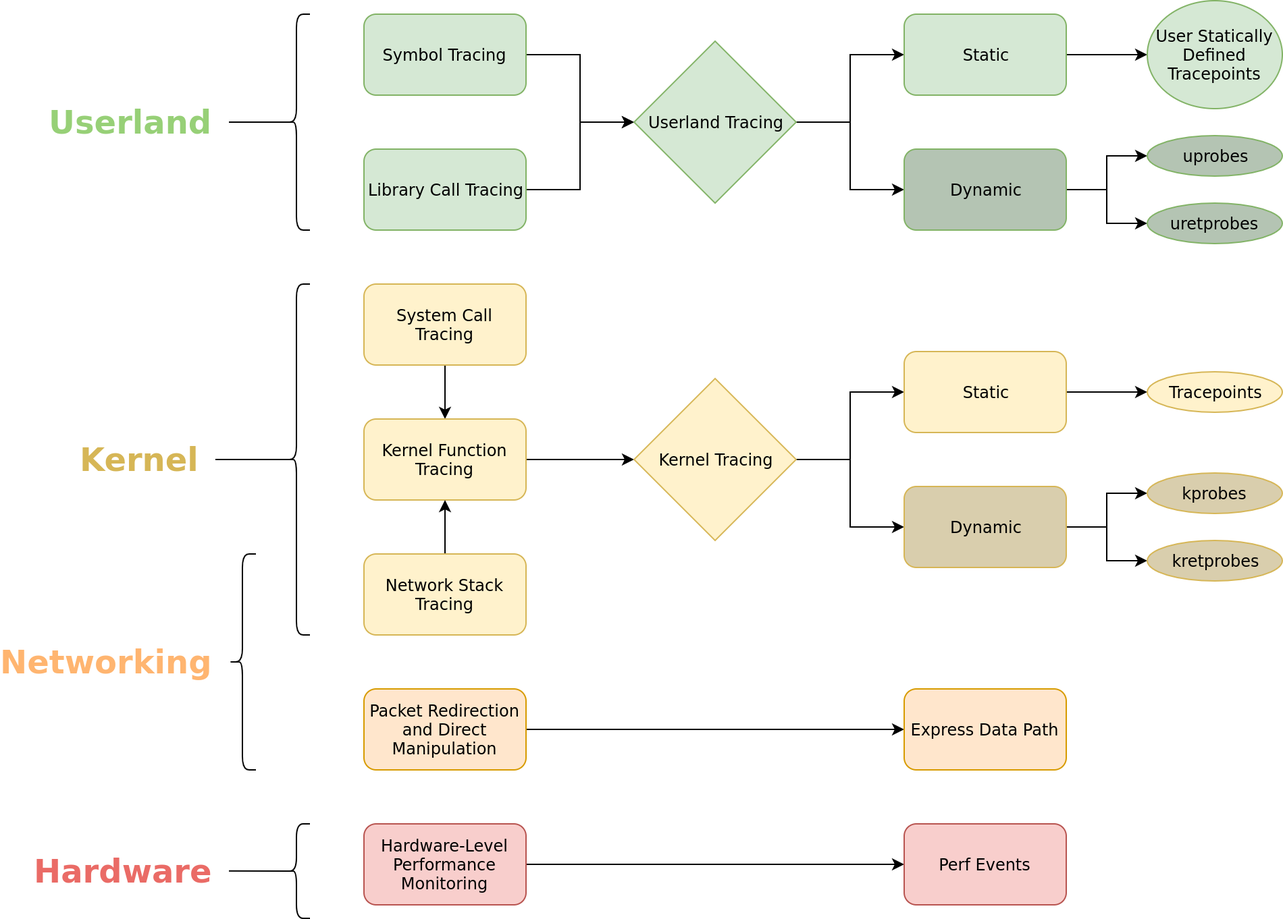
The draw.io diagram figures/eBPF-use-cases.png in willfindlay/honors-thesis, before a commit. Source tidied: cells renumbered, new cells last; positions are measured from the earlier drawing's top-left corner, leaving out a move shared by most shapes. Its diagram source:
```xml
<mxGraphModel>
  <root>
    <mxCell id="0" />
    <mxCell id="1" parent="0" />
    <mxCell id="2" style="edgeStyle=orthogonalEdgeStyle;rounded=0;jettySize=auto;html=1;exitX=1;exitY=0.5;exitDx=0;exitDy=0;entryX=0;entryY=0.5;entryDx=0;entryDy=0;" parent="1" edge="1" source="3" target="18">
      <mxGeometry relative="1" as="geometry" />
    </mxCell>
    <mxCell id="3" value="Symbol Tracing" style="rounded=1;whiteSpace=wrap;html=1;fillColor=#d5e8d4;strokeColor=#82b366;" parent="1" vertex="1">
      <mxGeometry x="220" y="10" width="120" height="60" as="geometry" />
    </mxCell>
    <mxCell id="4" style="edgeStyle=orthogonalEdgeStyle;rounded=0;jettySize=auto;html=1;exitX=1;exitY=0.5;exitDx=0;exitDy=0;entryX=0;entryY=0.5;entryDx=0;entryDy=0;" parent="1" edge="1" source="5" target="18">
      <mxGeometry relative="1" as="geometry" />
    </mxCell>
    <mxCell id="5" value="Library Call Tracing" style="rounded=1;whiteSpace=wrap;html=1;fillColor=#d5e8d4;strokeColor=#82b366;" parent="1" vertex="1">
      <mxGeometry x="220" y="110" width="120" height="60" as="geometry" />
    </mxCell>
    <mxCell id="6" style="edgeStyle=orthogonalEdgeStyle;rounded=0;jettySize=auto;html=1;exitX=0.5;exitY=1;exitDx=0;exitDy=0;entryX=0.5;entryY=0;entryDx=0;entryDy=0;" parent="1" edge="1" source="7" target="9">
      <mxGeometry relative="1" as="geometry" />
    </mxCell>
    <mxCell id="7" value="System Call Tracing" style="rounded=1;whiteSpace=wrap;html=1;fillColor=#fff2cc;strokeColor=#d6b656;" parent="1" vertex="1">
      <mxGeometry x="220" y="210" width="120" height="60" as="geometry" />
    </mxCell>
    <mxCell id="8" style="edgeStyle=orthogonalEdgeStyle;rounded=0;jettySize=auto;html=1;exitX=1;exitY=0.5;exitDx=0;exitDy=0;entryX=0;entryY=0.5;entryDx=0;entryDy=0;" parent="1" edge="1" source="9" target="21">
      <mxGeometry relative="1" as="geometry" />
    </mxCell>
    <mxCell id="9" value="Kernel Function Tracing" style="rounded=1;whiteSpace=wrap;html=1;fillColor=#fff2cc;strokeColor=#d6b656;" parent="1" vertex="1">
      <mxGeometry x="220" y="310" width="120" height="60" as="geometry" />
    </mxCell>
    <mxCell id="10" style="edgeStyle=orthogonalEdgeStyle;rounded=0;jettySize=auto;html=1;exitX=0.5;exitY=0;exitDx=0;exitDy=0;entryX=0.5;entryY=1;entryDx=0;entryDy=0;" parent="1" edge="1" source="11" target="9">
      <mxGeometry relative="1" as="geometry" />
    </mxCell>
    <mxCell id="11" value="Network Stack Tracing" style="rounded=1;whiteSpace=wrap;html=1;fillColor=#fff2cc;strokeColor=#d6b656;" parent="1" vertex="1">
      <mxGeometry x="220" y="410" width="120" height="60" as="geometry" />
    </mxCell>
    <mxCell id="12" style="edgeStyle=orthogonalEdgeStyle;rounded=0;jettySize=auto;html=1;exitX=1;exitY=0.5;exitDx=0;exitDy=0;entryX=0;entryY=0.5;entryDx=0;entryDy=0;fontColor=#FFFFFF;" parent="1" edge="1" source="13" target="38">
      <mxGeometry relative="1" as="geometry" />
    </mxCell>
    <mxCell id="13" value="Packet Redirection and Direct Manipulation" style="rounded=1;whiteSpace=wrap;html=1;fillColor=#ffe6cc;strokeColor=#d79b00;" parent="1" vertex="1">
      <mxGeometry x="220" y="510" width="120" height="60" as="geometry" />
    </mxCell>
    <mxCell id="14" style="edgeStyle=orthogonalEdgeStyle;rounded=0;jettySize=auto;html=1;exitX=1;exitY=0.5;exitDx=0;exitDy=0;entryX=0;entryY=0.5;entryDx=0;entryDy=0;fontColor=#FFFFFF;" parent="1" edge="1" source="15" target="39">
      <mxGeometry relative="1" as="geometry" />
    </mxCell>
    <mxCell id="15" value="Hardware-Level Performance Monitoring" style="rounded=1;whiteSpace=wrap;html=1;fillColor=#f8cecc;strokeColor=#b85450;" parent="1" vertex="1">
      <mxGeometry x="220" y="610" width="120" height="60" as="geometry" />
    </mxCell>
    <mxCell id="16" style="edgeStyle=orthogonalEdgeStyle;rounded=0;jettySize=auto;html=1;exitX=1;exitY=0.5;exitDx=0;exitDy=0;entryX=0;entryY=0.5;entryDx=0;entryDy=0;" parent="1" edge="1" source="18" target="23">
      <mxGeometry relative="1" as="geometry" />
    </mxCell>
    <mxCell id="17" style="edgeStyle=orthogonalEdgeStyle;rounded=0;jettySize=auto;html=1;exitX=1;exitY=0.5;exitDx=0;exitDy=0;entryX=0;entryY=0.5;entryDx=0;entryDy=0;" parent="1" edge="1" source="18" target="26">
      <mxGeometry relative="1" as="geometry" />
    </mxCell>
    <mxCell id="18" value="Userland Tracing" style="rhombus;whiteSpace=wrap;html=1;fillColor=#d5e8d4;strokeColor=#82b366;" parent="1" vertex="1">
      <mxGeometry x="420" y="30" width="120" height="120" as="geometry" />
    </mxCell>
    <mxCell id="19" style="edgeStyle=orthogonalEdgeStyle;rounded=0;jettySize=auto;html=1;exitX=1;exitY=0.5;exitDx=0;exitDy=0;entryX=0;entryY=0.5;entryDx=0;entryDy=0;" parent="1" edge="1" source="21" target="28">
      <mxGeometry relative="1" as="geometry" />
    </mxCell>
    <mxCell id="20" style="edgeStyle=orthogonalEdgeStyle;rounded=0;jettySize=auto;html=1;exitX=1;exitY=0.5;exitDx=0;exitDy=0;entryX=0;entryY=0.5;entryDx=0;entryDy=0;" parent="1" edge="1" source="21" target="31">
      <mxGeometry relative="1" as="geometry" />
    </mxCell>
    <mxCell id="21" value="Kernel Tracing" style="rhombus;whiteSpace=wrap;html=1;fillColor=#fff2cc;strokeColor=#d6b656;" parent="1" vertex="1">
      <mxGeometry x="420" y="280" width="120" height="120" as="geometry" />
    </mxCell>
    <mxCell id="22" style="edgeStyle=orthogonalEdgeStyle;rounded=0;jettySize=auto;html=1;exitX=1;exitY=0.5;exitDx=0;exitDy=0;entryX=0;entryY=0.5;entryDx=0;entryDy=0;fontColor=#FFFFFF;" parent="1" edge="1" source="23" target="34">
      <mxGeometry relative="1" as="geometry" />
    </mxCell>
    <mxCell id="23" value="Static" style="rounded=1;whiteSpace=wrap;html=1;fillColor=#d5e8d4;strokeColor=#82b366;" parent="1" vertex="1">
      <mxGeometry x="620" y="10" width="120" height="60" as="geometry" />
    </mxCell>
    <mxCell id="24" style="edgeStyle=orthogonalEdgeStyle;rounded=0;jettySize=auto;html=1;exitX=1;exitY=0.5;exitDx=0;exitDy=0;entryX=0;entryY=0.5;entryDx=0;entryDy=0;" parent="1" edge="1" source="26" target="32">
      <mxGeometry relative="1" as="geometry" />
    </mxCell>
    <mxCell id="25" style="edgeStyle=orthogonalEdgeStyle;rounded=0;jettySize=auto;html=1;exitX=1;exitY=0.5;exitDx=0;exitDy=0;entryX=0;entryY=0.5;entryDx=0;entryDy=0;" parent="1" edge="1" source="26" target="33">
      <mxGeometry relative="1" as="geometry" />
    </mxCell>
    <mxCell id="26" value="Dynamic" style="rounded=1;whiteSpace=wrap;html=1;fillColor=#B4C4B3;strokeColor=#82b366;" parent="1" vertex="1">
      <mxGeometry x="620" y="110" width="120" height="60" as="geometry" />
    </mxCell>
    <mxCell id="27" style="edgeStyle=orthogonalEdgeStyle;rounded=0;jettySize=auto;html=1;exitX=1;exitY=0.5;exitDx=0;exitDy=0;entryX=0;entryY=0.5;entryDx=0;entryDy=0;fontColor=#FFFFFF;" parent="1" edge="1" source="28" target="35">
      <mxGeometry relative="1" as="geometry" />
    </mxCell>
    <mxCell id="28" value="Static" style="rounded=1;whiteSpace=wrap;html=1;fillColor=#fff2cc;strokeColor=#d6b656;" parent="1" vertex="1">
      <mxGeometry x="620" y="260" width="120" height="60" as="geometry" />
    </mxCell>
    <mxCell id="29" style="edgeStyle=orthogonalEdgeStyle;rounded=0;jettySize=auto;html=1;exitX=1;exitY=0.5;exitDx=0;exitDy=0;entryX=0;entryY=0.5;entryDx=0;entryDy=0;fontColor=#FFFFFF;" parent="1" edge="1" source="31" target="36">
      <mxGeometry relative="1" as="geometry" />
    </mxCell>
    <mxCell id="30" style="edgeStyle=orthogonalEdgeStyle;rounded=0;jettySize=auto;html=1;exitX=1;exitY=0.5;exitDx=0;exitDy=0;entryX=0;entryY=0.5;entryDx=0;entryDy=0;fontColor=#FFFFFF;" parent="1" edge="1" source="31" target="37">
      <mxGeometry relative="1" as="geometry" />
    </mxCell>
    <mxCell id="31" value="Dynamic" style="rounded=1;whiteSpace=wrap;html=1;fillColor=#D9CEAD;strokeColor=#d6b656;" parent="1" vertex="1">
      <mxGeometry x="620" y="360" width="120" height="60" as="geometry" />
    </mxCell>
    <mxCell id="32" value="uprobes" style="ellipse;whiteSpace=wrap;html=1;gradientColor=none;rounded=1;strokeColor=#82b366;fillColor=#B4C4B3;" parent="1" vertex="1">
      <mxGeometry x="800" y="100" width="100" height="30" as="geometry" />
    </mxCell>
    <mxCell id="33" value="uretprobes" style="ellipse;whiteSpace=wrap;html=1;gradientColor=none;rounded=1;strokeColor=#82b366;fillColor=#B4C4B3;" parent="1" vertex="1">
      <mxGeometry x="800" y="150" width="100" height="30" as="geometry" />
    </mxCell>
    <mxCell id="34" value="&lt;font style=&quot;font-size: 12px&quot;&gt;User Statically Defined Tracepoints&lt;/font&gt;" style="ellipse;whiteSpace=wrap;html=1;fillColor=#d5e8d4;gradientColor=none;rounded=1;strokeColor=#82b366;" parent="1" vertex="1">
      <mxGeometry x="800" width="100" height="80" as="geometry" />
    </mxCell>
    <mxCell id="35" value="Tracepoints" style="ellipse;whiteSpace=wrap;html=1;fillColor=#fff2cc;gradientColor=none;rounded=1;strokeColor=#d6b656;" parent="1" vertex="1">
      <mxGeometry x="800" y="275" width="100" height="30" as="geometry" />
    </mxCell>
    <mxCell id="36" value="kprobes" style="ellipse;whiteSpace=wrap;html=1;gradientColor=none;rounded=1;strokeColor=#d6b656;fillColor=#D9CEAD;" parent="1" vertex="1">
      <mxGeometry x="800" y="350" width="100" height="30" as="geometry" />
    </mxCell>
    <mxCell id="37" value="kretprobes" style="ellipse;whiteSpace=wrap;html=1;gradientColor=none;rounded=1;strokeColor=#d6b656;fillColor=#D9CEAD;" parent="1" vertex="1">
      <mxGeometry x="800" y="400" width="100" height="30" as="geometry" />
    </mxCell>
    <mxCell id="38" value="Express Data Path" style="rounded=1;whiteSpace=wrap;html=1;fillColor=#ffe6cc;strokeColor=#d79b00;" parent="1" vertex="1">
      <mxGeometry x="620" y="510" width="120" height="60" as="geometry" />
    </mxCell>
    <mxCell id="39" value="Perf Events" style="rounded=1;whiteSpace=wrap;html=1;fillColor=#f8cecc;strokeColor=#b85450;" parent="1" vertex="1">
      <mxGeometry x="620" y="610" width="120" height="60" as="geometry" />
    </mxCell>
    <mxCell id="40" style="rounded=0;jettySize=auto;html=1;exitX=0.1;exitY=0.5;exitDx=0;exitDy=0;exitPerimeter=0;endArrow=none;endFill=0;fontColor=#97D077;" parent="1" edge="1" source="41">
      <mxGeometry relative="1" as="geometry">
        <mxPoint x="120" y="644.9" as="targetPoint" />
      </mxGeometry>
    </mxCell>
    <mxCell id="41" style="shape=curlyBracket;whiteSpace=wrap;html=1;rounded=1;fillColor=#D9CEAD;gradientColor=none;fontColor=#FFFFFF;" parent="1" vertex="1">
      <mxGeometry x="160" y="610" width="20" height="70" as="geometry" />
    </mxCell>
    <mxCell id="42" style="shape=curlyBracket;whiteSpace=wrap;html=1;rounded=1;fillColor=#D9CEAD;gradientColor=none;fontColor=#FFFFFF;" parent="1" vertex="1">
      <mxGeometry x="120" y="410" width="20" height="160" as="geometry" />
    </mxCell>
    <mxCell id="43" style="rounded=0;jettySize=auto;html=1;exitX=0.1;exitY=0.5;exitDx=0;exitDy=0;exitPerimeter=0;endArrow=none;endFill=0;fontColor=#97D077;" parent="1" edge="1" source="44">
      <mxGeometry relative="1" as="geometry">
        <mxPoint x="110" y="340" as="targetPoint" />
      </mxGeometry>
    </mxCell>
    <mxCell id="44" style="shape=curlyBracket;whiteSpace=wrap;html=1;rounded=1;fillColor=#D9CEAD;gradientColor=none;fontColor=#FFFFFF;" parent="1" vertex="1">
      <mxGeometry x="160" y="210" width="20" height="260" as="geometry" />
    </mxCell>
    <mxCell id="45" style="rounded=0;jettySize=auto;html=1;exitX=0.1;exitY=0.5;exitDx=0;exitDy=0;exitPerimeter=0;endArrow=none;endFill=0;fontColor=#97D077;" parent="1" edge="1" source="46">
      <mxGeometry relative="1" as="geometry">
        <mxPoint x="120" y="90" as="targetPoint" />
      </mxGeometry>
    </mxCell>
    <mxCell id="46" style="shape=curlyBracket;whiteSpace=wrap;html=1;rounded=1;fillColor=#D9CEAD;gradientColor=none;fontColor=#FFFFFF;" parent="1" vertex="1">
      <mxGeometry x="160" y="10" width="20" height="160" as="geometry" />
    </mxCell>
    <mxCell id="47" value="Userland" style="text;strokeColor=none;fillColor=none;html=1;fontSize=24;fontStyle=1;verticalAlign=middle;align=right;fontColor=#97D077;" parent="1" vertex="1">
      <mxGeometry x="10" y="70" width="100" height="40" as="geometry" />
    </mxCell>
    <mxCell id="48" value="Kernel" style="text;strokeColor=none;fillColor=none;html=1;fontSize=24;fontStyle=1;verticalAlign=middle;align=right;fontColor=#D6B656;" parent="1" vertex="1">
      <mxGeometry y="320" width="100" height="40" as="geometry" />
    </mxCell>
    <mxCell id="49" value="Networking" style="text;strokeColor=none;fillColor=none;html=1;fontSize=24;fontStyle=1;verticalAlign=middle;align=right;fontColor=#FFB570;" parent="1" vertex="1">
      <mxGeometry x="10" y="470" width="100" height="40" as="geometry" />
    </mxCell>
    <mxCell id="50" value="Hardware" style="text;strokeColor=none;fillColor=none;html=1;fontSize=24;fontStyle=1;verticalAlign=middle;align=right;fontColor=#EA6B66;" parent="1" vertex="1">
      <mxGeometry x="10" y="625" width="100" height="40" as="geometry" />
    </mxCell>
  </root>
</mxGraphModel>
```
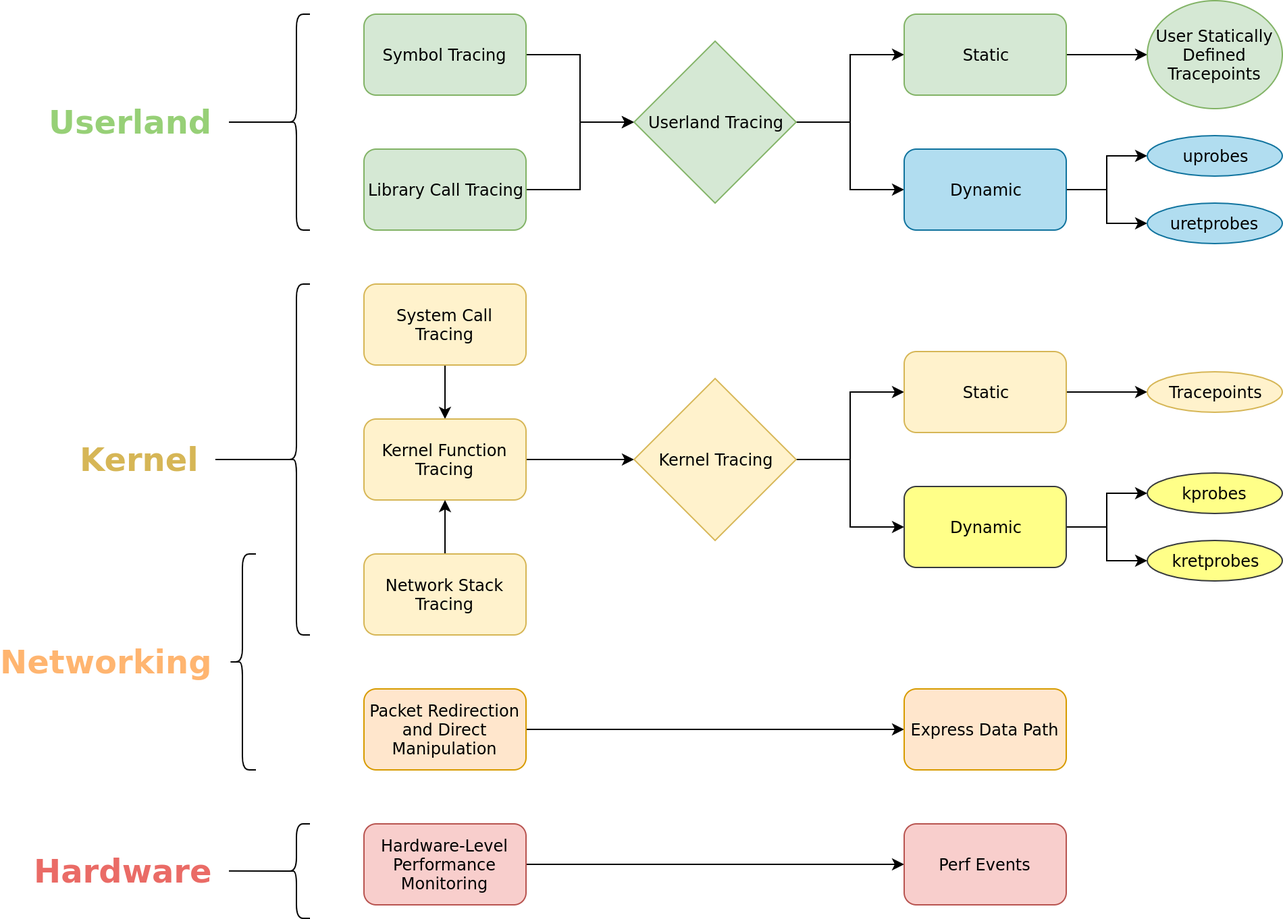
The same file after the commit.

What changed in the source:
```diff
@@ -74,7 +74,7 @@
     <mxCell id="25" style="edgeStyle=orthogonalEdgeStyle;rounded=0;jettySize=auto;html=1;exitX=1;exitY=0.5;exitDx=0;exitDy=0;entryX=0;entryY=0.5;entryDx=0;entryDy=0;" parent="1" edge="1" source="26" target="33">
       <mxGeometry relative="1" as="geometry" />
     </mxCell>
-    <mxCell id="26" value="Dynamic" style="rounded=1;whiteSpace=wrap;html=1;fillColor=#B4C4B3;strokeColor=#82b366;" parent="1" vertex="1">
+    <mxCell id="26" value="Dynamic" style="rounded=1;whiteSpace=wrap;html=1;fillColor=#b1ddf0;strokeColor=#10739e;" parent="1" vertex="1">
       <mxGeometry x="620" y="110" width="120" height="60" as="geometry" />
     </mxCell>
     <mxCell id="27" style="edgeStyle=orthogonalEdgeStyle;rounded=0;jettySize=auto;html=1;exitX=1;exitY=0.5;exitDx=0;exitDy=0;entryX=0;entryY=0.5;entryDx=0;entryDy=0;fontColor=#FFFFFF;" parent="1" edge="1" source="28" target="35">
@@ -89,13 +89,13 @@
     <mxCell id="30" style="edgeStyle=orthogonalEdgeStyle;rounded=0;jettySize=auto;html=1;exitX=1;exitY=0.5;exitDx=0;exitDy=0;entryX=0;entryY=0.5;entryDx=0;entryDy=0;fontColor=#FFFFFF;" parent="1" edge="1" source="31" target="37">
       <mxGeometry relative="1" as="geometry" />
     </mxCell>
-    <mxCell id="31" value="Dynamic" style="rounded=1;whiteSpace=wrap;html=1;fillColor=#D9CEAD;strokeColor=#d6b656;" parent="1" vertex="1">
+    <mxCell id="31" value="Dynamic" style="rounded=1;whiteSpace=wrap;html=1;fillColor=#ffff88;strokeColor=#36393d;" parent="1" vertex="1">
       <mxGeometry x="620" y="360" width="120" height="60" as="geometry" />
     </mxCell>
-    <mxCell id="32" value="uprobes" style="ellipse;whiteSpace=wrap;html=1;gradientColor=none;rounded=1;strokeColor=#82b366;fillColor=#B4C4B3;" parent="1" vertex="1">
+    <mxCell id="32" value="uprobes" style="ellipse;whiteSpace=wrap;html=1;rounded=1;strokeColor=#10739e;fillColor=#b1ddf0;" parent="1" vertex="1">
       <mxGeometry x="800" y="100" width="100" height="30" as="geometry" />
     </mxCell>
-    <mxCell id="33" value="uretprobes" style="ellipse;whiteSpace=wrap;html=1;gradientColor=none;rounded=1;strokeColor=#82b366;fillColor=#B4C4B3;" parent="1" vertex="1">
+    <mxCell id="33" value="uretprobes" style="ellipse;whiteSpace=wrap;html=1;rounded=1;strokeColor=#10739e;fillColor=#b1ddf0;" parent="1" vertex="1">
       <mxGeometry x="800" y="150" width="100" height="30" as="geometry" />
     </mxCell>
     <mxCell id="34" value="&lt;font style=&quot;font-size: 12px&quot;&gt;User Statically Defined Tracepoints&lt;/font&gt;" style="ellipse;whiteSpace=wrap;html=1;fillColor=#d5e8d4;gradientColor=none;rounded=1;strokeColor=#82b366;" parent="1" vertex="1">
@@ -104,10 +104,10 @@
     <mxCell id="35" value="Tracepoints" style="ellipse;whiteSpace=wrap;html=1;fillColor=#fff2cc;gradientColor=none;rounded=1;strokeColor=#d6b656;" parent="1" vertex="1">
       <mxGeometry x="800" y="275" width="100" height="30" as="geometry" />
     </mxCell>
-    <mxCell id="36" value="kprobes" style="ellipse;whiteSpace=wrap;html=1;gradientColor=none;rounded=1;strokeColor=#d6b656;fillColor=#D9CEAD;" parent="1" vertex="1">
+    <mxCell id="36" value="kprobes" style="ellipse;whiteSpace=wrap;html=1;rounded=1;strokeColor=#36393d;fillColor=#ffff88;" parent="1" vertex="1">
       <mxGeometry x="800" y="350" width="100" height="30" as="geometry" />
     </mxCell>
-    <mxCell id="37" value="kretprobes" style="ellipse;whiteSpace=wrap;html=1;gradientColor=none;rounded=1;strokeColor=#d6b656;fillColor=#D9CEAD;" parent="1" vertex="1">
+    <mxCell id="37" value="kretprobes" style="ellipse;whiteSpace=wrap;html=1;rounded=1;strokeColor=#36393d;fillColor=#ffff88;" parent="1" vertex="1">
       <mxGeometry x="800" y="400" width="100" height="30" as="geometry" />
     </mxCell>
     <mxCell id="38" value="Express Data Path" style="rounded=1;whiteSpace=wrap;html=1;fillColor=#ffe6cc;strokeColor=#d79b00;" parent="1" vertex="1">
```
